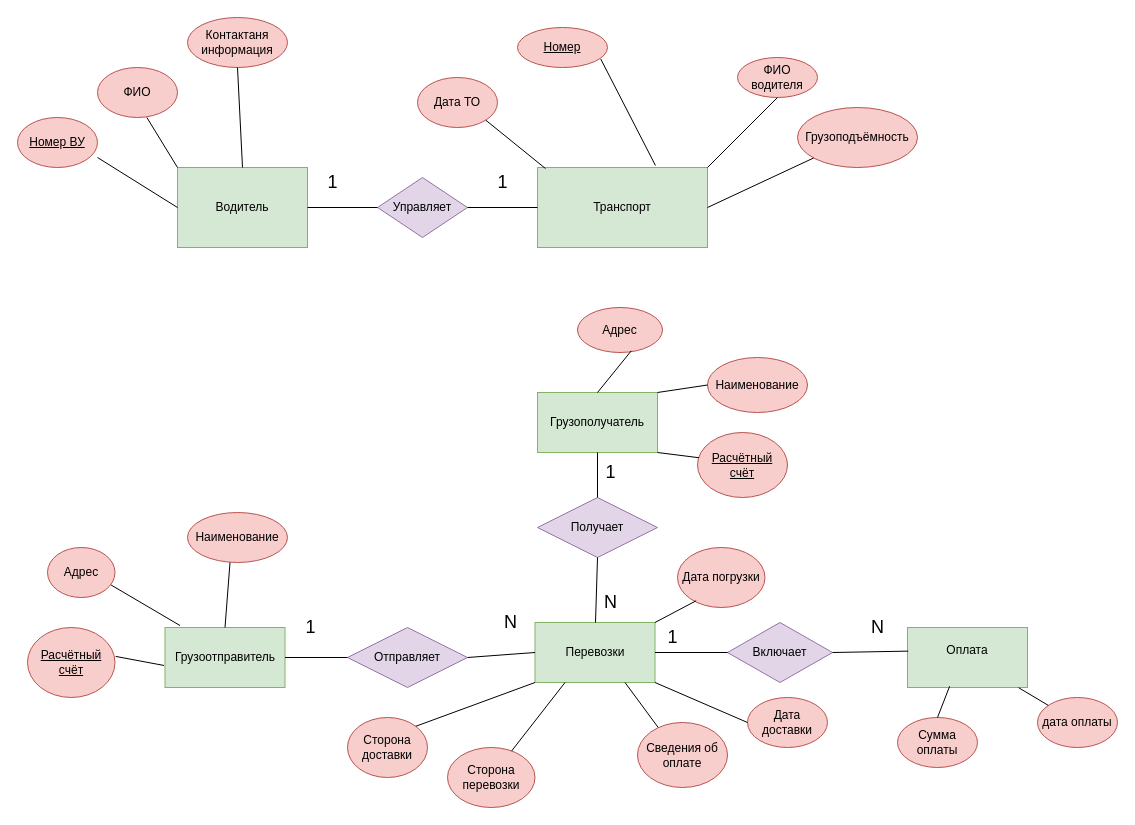
The draw.io diagram Диаграмма Чена.drawio in alexej0000/Diagram, before the edit. Source tidied: cells renumbered, new cells numbered last; positions are measured from the earlier drawing's top-left corner, leaving out a move shared by most shapes. Both pictures are drawn from the tidied source at 100%, with x=0, y=0 at pixel (17, 17).
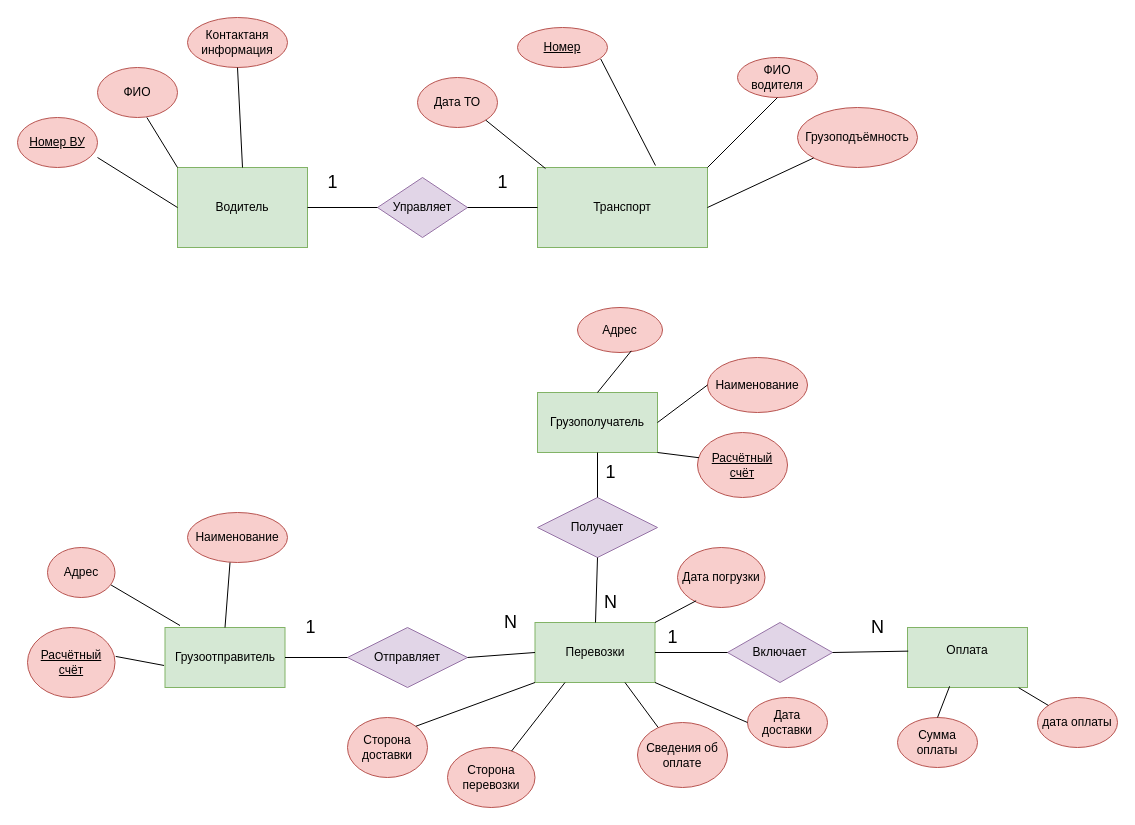
The same diagram, later.

The change refers to these unchanged cells:
```xml
<mxCell id="4" value="Грузополучатель" style="rounded=0;whiteSpace=wrap;html=1;fillColor=#d5e8d4;strokeColor=#82b366;" parent="1" vertex="1">
  <mxGeometry x="520" y="375" width="120" height="60" as="geometry" />
</mxCell>
<mxCell id="33" value="Наименование" style="ellipse;whiteSpace=wrap;html=1;fillColor=#f8cecc;strokeColor=#b85450;" parent="1" vertex="1">
  <mxGeometry x="690" y="340" width="100" height="55" as="geometry" />
</mxCell>
```

The edit, as a diff of the source:
```diff
@@
-    <mxCell id="37" style="endArrow=none;html=1;rounded=0;exitX=1;exitY=0;exitDx=0;exitDy=0;entryX=0;entryY=0.5;entryDx=0;entryDy=0;" parent="1" edge="1" source="4" target="33">
+    <mxCell id="37" style="endArrow=none;html=1;rounded=0;exitX=1;exitY=0.5;exitDx=0;exitDy=0;entryX=0;entryY=0.5;entryDx=0;entryDy=0;" parent="1" edge="1" source="4" target="33">
       <mxGeometry relative="1" as="geometry" />
     </mxCell>
```
